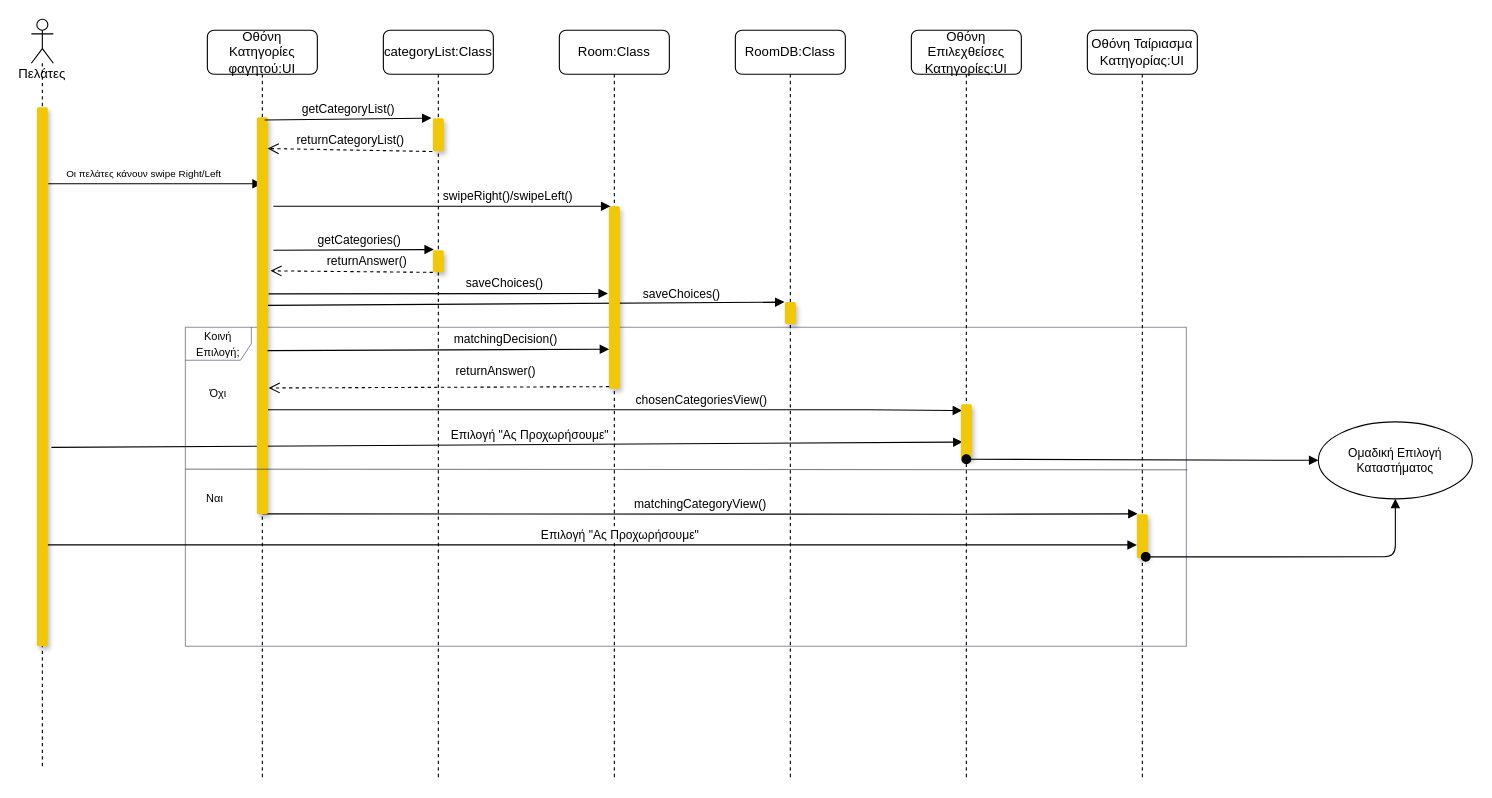
iloudaros/nomnomr keeps this draw.io diagram as docs/contributions/JoannaAgo/Phase_5/Team Choice - Category/Team_Choice_Category_Sequence.drawio. Above is the earlier version. Source tidied: cells renumbered, new cells numbered last; positions are measured from the earlier drawing's top-left corner, leaving out a move shared by most shapes. Both pictures are drawn from the tidied source at 110%, with x=0, y=0 at pixel (31, 19).
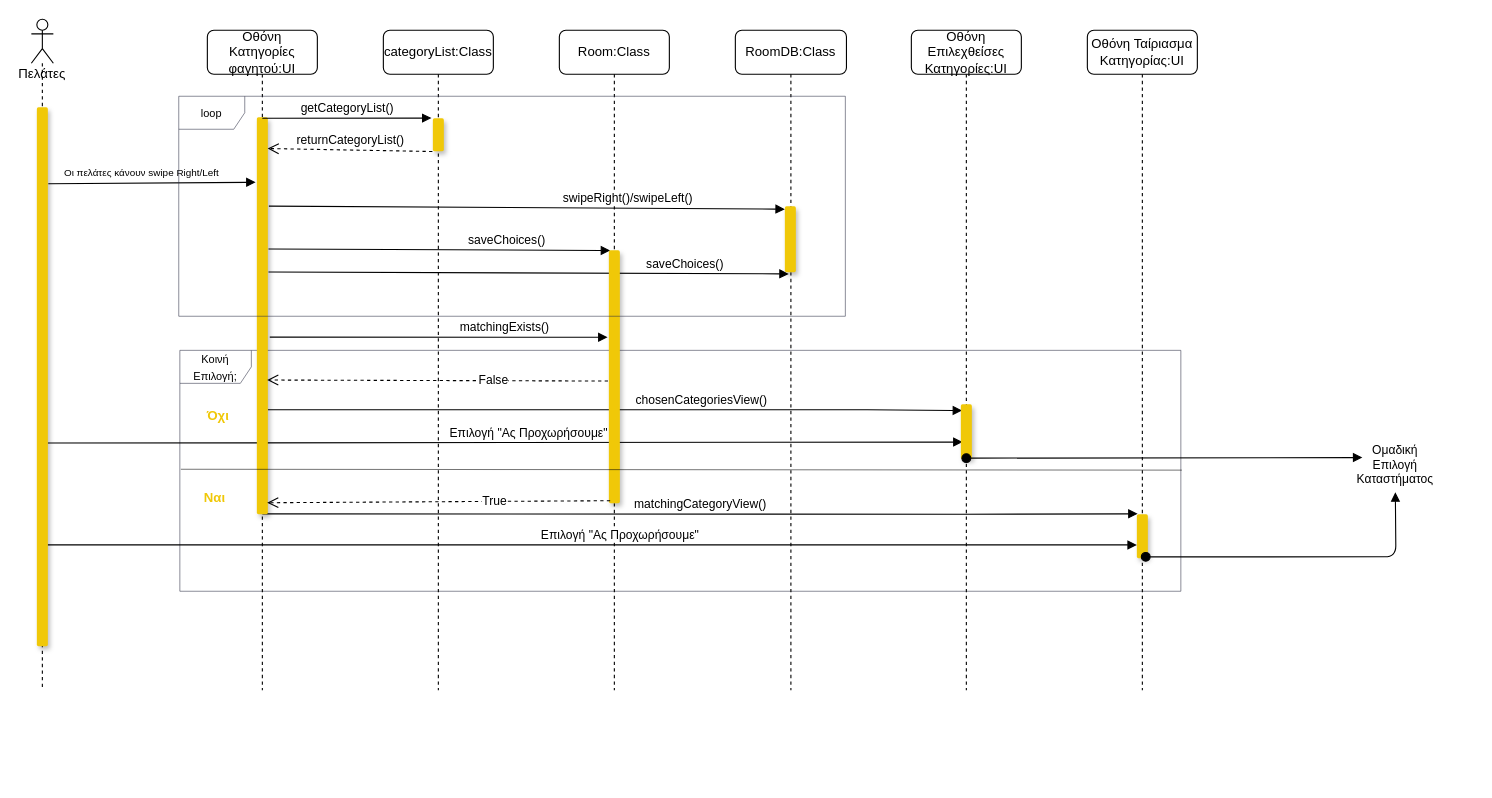
Above is the later version.

Commit message (it also covers changes not shown here):
updated sequence and robustness

Unchanged cells that the change refers to:
```xml
<mxCell id="10" style="html=1;points=[];perimeter=orthogonalPerimeter;rounded=1;shadow=1;fillColor=#F0C808;strokeColor=none;" parent="9" vertex="1">
  <mxGeometry x="45" y="79" width="10" height="361" as="geometry" />
</mxCell>
<mxCell id="12" style="html=1;points=[];perimeter=orthogonalPerimeter;rounded=1;shadow=1;fillColor=#F0C808;strokeColor=none;" parent="11" vertex="1">
  <mxGeometry x="45" y="80" width="10" height="30" as="geometry" />
</mxCell>
<mxCell id="17" style="html=1;points=[];perimeter=orthogonalPerimeter;rounded=1;shadow=1;fillColor=#F0C808;strokeColor=none;" parent="16" vertex="1">
  <mxGeometry x="45" y="340" width="10" height="50" as="geometry" />
</mxCell>
<mxCell id="21" style="html=1;points=[];perimeter=orthogonalPerimeter;strokeColor=none;fillColor=#F0C808;shadow=1;rounded=1;" parent="20" vertex="1">
  <mxGeometry x="5" y="80" width="10" height="490" as="geometry" />
</mxCell>
<mxCell id="23" style="html=1;points=[];perimeter=orthogonalPerimeter;rounded=1;shadow=1;fillColor=#F0C808;strokeColor=none;" parent="22" vertex="1">
  <mxGeometry x="45" y="440" width="10" height="40" as="geometry" />
</mxCell>
```

What changed in the source:
```diff
@@
-    <mxCell id="2" value="&lt;font style=&quot;font-size: 10px;&quot;&gt;Κοινή Επιλογή;&lt;/font&gt;" style="shape=umlFrame;whiteSpace=wrap;html=1;rounded=1;shadow=0;sketch=0;fillColor=#FFFFFF;strokeWidth=0.5;strokeColor=#2B2D42;" parent="1" vertex="1">
-      <mxGeometry x="140" y="280" width="910" height="290" as="geometry" />
+    <mxCell id="2" value="&lt;font style=&quot;font-size: 10px;&quot;&gt;Κοινή Επιλογή;&lt;/font&gt;" style="shape=umlFrame;whiteSpace=wrap;html=1;rounded=1;shadow=0;sketch=0;fillColor=#FFFFFF;strokeWidth=0.5;strokeColor=#2B2D42;width=65;height=30;" parent="1" vertex="1">
+      <mxGeometry x="135" y="301" width="910" height="219" as="geometry" />
     </mxCell>
@@
-    <mxCell id="4" value="&lt;font style=&quot;font-size: 11px;&quot;&gt;&amp;nbsp;Επιλογή &quot;Ας Προχωρήσουμε&quot;&amp;nbsp;&lt;/font&gt;" style="html=1;verticalAlign=bottom;endArrow=block;rounded=0;entryX=0.157;entryY=0.688;entryDx=0;entryDy=0;entryPerimeter=0;exitX=1.325;exitY=0.631;exitDx=0;exitDy=0;exitPerimeter=0;" parent="1" edge="1" source="21" target="17">
+    <mxCell id="4" value="&lt;font style=&quot;font-size: 11px;&quot;&gt;&amp;nbsp;Επιλογή &quot;Ας Προχωρήσουμε&quot;&amp;nbsp;&lt;/font&gt;" style="html=1;verticalAlign=bottom;endArrow=block;rounded=0;entryX=0.157;entryY=0.688;entryDx=0;entryDy=0;entryPerimeter=0;exitX=0.98;exitY=0.623;exitDx=0;exitDy=0;exitPerimeter=0;" parent="1" edge="1" source="21" target="17">
       <mxGeometry x="0.05" relative="1" as="geometry" />
     </mxCell>
@@
-    <mxCell id="6" value="saveChoices()" style="html=1;verticalAlign=bottom;endArrow=block;rounded=0;entryX=-0.029;entryY=0.007;entryDx=0;entryDy=0;entryPerimeter=0;exitX=0.983;exitY=0.474;exitDx=0;exitDy=0;exitPerimeter=0;" parent="1" edge="1" source="10" target="32">
+    <mxCell id="6" value="saveChoices()" style="html=1;verticalAlign=bottom;endArrow=block;rounded=0;exitX=1.059;exitY=0.39;exitDx=0;exitDy=0;exitPerimeter=0;entryX=0.353;entryY=1.025;entryDx=0;entryDy=0;entryPerimeter=0;" parent="1" edge="1" source="10" target="32">
       <mxGeometry x="0.6" y="-1" relative="1" as="geometry" />
     </mxCell>
-    <mxCell id="7" value="saveChoices()" style="html=1;verticalAlign=bottom;endArrow=block;rounded=0;entryX=-0.086;entryY=0.478;entryDx=0;entryDy=0;entryPerimeter=0;exitX=1.07;exitY=0.445;exitDx=0;exitDy=0;exitPerimeter=0;" parent="1" edge="1" source="10" target="15">
+    <mxCell id="7" value="saveChoices()" style="html=1;verticalAlign=bottom;endArrow=block;rounded=0;entryX=0.118;entryY=0.001;entryDx=0;entryDy=0;entryPerimeter=0;exitX=1.059;exitY=0.332;exitDx=0;exitDy=0;exitPerimeter=0;" parent="1" edge="1" source="10" target="15">
       <mxGeometry x="0.39" relative="1" as="geometry" />
     </mxCell>
-    <mxCell id="8" value="&lt;font style=&quot;font-size: 9px;&quot;&gt;Οι πελάτες κάνουν swipe Right/Left&lt;/font&gt;" style="html=1;verticalAlign=bottom;endArrow=block;rounded=0;exitX=1.04;exitY=0.142;exitDx=0;exitDy=0;exitPerimeter=0;" parent="1" edge="1" source="21" target="9">
+    <mxCell id="8" value="&lt;font style=&quot;font-size: 9px;&quot;&gt;Οι πελάτες κάνουν swipe Right/Left&lt;/font&gt;" style="html=1;verticalAlign=bottom;endArrow=block;rounded=0;exitX=1.04;exitY=0.142;exitDx=0;exitDy=0;exitPerimeter=0;entryX=-0.114;entryY=0.164;entryDx=0;entryDy=0;entryPerimeter=0;" parent="1" edge="1" source="21" target="10">
       <mxGeometry x="-0.1" y="1" relative="1" as="geometry" />
     </mxCell>
     <mxCell id="9" value="Οθόνη Κατηγορίες φαγητού:UI" style="shape=umlLifeline;perimeter=lifelinePerimeter;whiteSpace=wrap;html=1;outlineConnect=0;rounded=1;shadow=0;fillColor=#FFFFFF;" parent="1" vertex="1">
-      <mxGeometry x="160" y="10" width="100" height="680" as="geometry" />
+      <mxGeometry x="160" y="10" width="100" height="600" as="geometry" />
     </mxCell>
@@
     <mxCell id="11" value="categoryList:Class" style="shape=umlLifeline;perimeter=lifelinePerimeter;whiteSpace=wrap;html=1;rounded=1;shadow=0;fillColor=#FFFFFF;" parent="1" vertex="1">
-      <mxGeometry x="320" y="10" width="100" height="680" as="geometry" />
+      <mxGeometry x="320" y="10" width="100" height="600" as="geometry" />
     </mxCell>
@@
-    <mxCell id="13" style="html=1;points=[];perimeter=orthogonalPerimeter;rounded=1;shadow=1;fillColor=#F0C808;strokeColor=none;" parent="11" vertex="1">
-      <mxGeometry x="45" y="200" width="10" height="20" as="geometry" />
-    </mxCell>
     <mxCell id="14" value="Room:Class" style="shape=umlLifeline;perimeter=lifelinePerimeter;whiteSpace=wrap;html=1;rounded=1;shadow=0;fillColor=#FFFFFF;" parent="1" vertex="1">
-      <mxGeometry x="480" y="10" width="100" height="680" as="geometry" />
+      <mxGeometry x="480" y="10" width="100" height="600" as="geometry" />
     </mxCell>
     <mxCell id="15" style="html=1;points=[];perimeter=orthogonalPerimeter;rounded=1;shadow=1;fillColor=#F0C808;strokeColor=none;" parent="14" vertex="1">
-      <mxGeometry x="45" y="160" width="10" height="166" as="geometry" />
+      <mxGeometry x="45" y="200" width="10" height="230" as="geometry" />
     </mxCell>
     <mxCell id="16" value="Οθόνη Επιλεχθείσες Κατηγορίες:UI" style="shape=umlLifeline;perimeter=lifelinePerimeter;whiteSpace=wrap;html=1;rounded=1;shadow=0;fillColor=#FFFFFF;" parent="1" vertex="1">
-      <mxGeometry x="800" y="10" width="100" height="680" as="geometry" />
+      <mxGeometry x="800" y="10" width="100" height="600" as="geometry" />
     </mxCell>
@@
-    <mxCell id="18" value="getCategoryList()" style="html=1;verticalAlign=bottom;endArrow=block;rounded=0;entryX=-0.125;entryY=-0.004;entryDx=0;entryDy=0;entryPerimeter=0;exitX=0.708;exitY=0.007;exitDx=0;exitDy=0;exitPerimeter=0;" parent="1" edge="1" source="10" target="12">
-      <mxGeometry relative="1" as="geometry" />
+    <mxCell id="18" value="getCategoryList()" style="html=1;verticalAlign=bottom;endArrow=block;rounded=0;entryX=-0.125;entryY=-0.004;entryDx=0;entryDy=0;entryPerimeter=0;" parent="1" edge="1" target="12">
+      <mxGeometry relative="1" as="geometry">
+        <mxPoint x="210" y="90" as="sourcePoint" />
+      </mxGeometry>
     </mxCell>
@@
     <mxCell id="20" value="Πελάτες" style="shape=umlLifeline;participant=umlActor;perimeter=lifelinePerimeter;whiteSpace=wrap;html=1;verticalAlign=top;spacingTop=36;" parent="1" vertex="1">
-      <mxGeometry width="20" height="680" as="geometry" />
+      <mxGeometry width="20" height="610" as="geometry" />
     </mxCell>
@@
     <mxCell id="22" value="Οθόνη Ταίριασμα Κατηγορίας:UI" style="shape=umlLifeline;perimeter=lifelinePerimeter;whiteSpace=wrap;html=1;rounded=1;shadow=0;fillColor=#FFFFFF;" parent="1" vertex="1">
-      <mxGeometry x="960" y="10" width="100" height="680" as="geometry" />
+      <mxGeometry x="960" y="10" width="100" height="600" as="geometry" />
     </mxCell>
@@
-    <mxCell id="24" value="Ομαδική Επιλογή Καταστήματος" style="ellipse;whiteSpace=wrap;html=1;fontSize=11;" parent="1" vertex="1">
-      <mxGeometry x="1170" y="366" width="140" height="70" as="geometry" />
-    </mxCell>
-    <mxCell id="25" style="html=1;verticalAlign=bottom;startArrow=oval;startFill=1;endArrow=block;startSize=8;rounded=0;entryX=0;entryY=0.5;entryDx=0;entryDy=0;" parent="1" edge="1" target="24">
+    <mxCell id="25" style="html=1;verticalAlign=bottom;startArrow=oval;startFill=1;endArrow=block;startSize=8;rounded=0;entryX=0;entryY=0.25;entryDx=0;entryDy=0;" parent="1" edge="1">
       <mxGeometry relative="1" as="geometry">
-        <mxPoint x="850" y="400" as="sourcePoint" />
+        <mxPoint x="850" y="399" as="sourcePoint" />
+        <mxPoint x="1210" y="398.5" as="targetPoint" />
       </mxGeometry>
     </mxCell>
-    <mxCell id="26" style="html=1;verticalAlign=bottom;endArrow=block;rounded=0;entryX=0.094;entryY=-0.031;entryDx=0;entryDy=0;entryPerimeter=0;" parent="1" edge="1" target="13">
-      <mxGeometry relative="1" as="geometry">
-        <mxPoint x="220" y="210" as="sourcePoint" />
-      </mxGeometry>
-    </mxCell>
-    <mxCell id="27" value="getCategories()" style="edgeLabel;html=1;align=center;verticalAlign=middle;fontSize=11;" parent="26" vertex="1">
-      <mxGeometry x="0.07" y="1" relative="1" as="geometry">
-        <mxPoint y="-8" as="offset" />
-      </mxGeometry>
-    </mxCell>
-    <mxCell id="28" style="html=1;verticalAlign=bottom;endArrow=open;dashed=1;endSize=8;rounded=0;entryX=1.243;entryY=0.387;entryDx=0;entryDy=0;entryPerimeter=0;exitX=0;exitY=1.005;exitDx=0;exitDy=0;exitPerimeter=0;" parent="1" edge="1" source="13" target="10">
-      <mxGeometry relative="1" as="geometry" />
-    </mxCell>
-    <mxCell id="29" value="returnAnswer()" style="edgeLabel;html=1;align=center;verticalAlign=middle;fontSize=11;" parent="28" vertex="1">
-      <mxGeometry x="-0.18" y="-1" relative="1" as="geometry">
-        <mxPoint y="-9" as="offset" />
-      </mxGeometry>
-    </mxCell>
-    <mxCell id="30" value="&lt;font style=&quot;font-size: 11px;&quot;&gt;swipeRight()/swipeLeft()&lt;/font&gt;" style="html=1;verticalAlign=bottom;endArrow=block;rounded=0;entryX=0.143;entryY=0;entryDx=0;entryDy=0;entryPerimeter=0;" parent="1" edge="1" target="15">
-      <mxGeometry x="0.39" relative="1" as="geometry">
-        <mxPoint x="220" y="170" as="sourcePoint" />
-      </mxGeometry>
+    <mxCell id="30" value="&lt;font style=&quot;font-size: 11px;&quot;&gt;swipeRight()/swipeLeft()&lt;/font&gt;" style="html=1;verticalAlign=bottom;endArrow=block;rounded=0;exitX=1.093;exitY=0.224;exitDx=0;exitDy=0;exitPerimeter=0;entryX=0;entryY=0.044;entryDx=0;entryDy=0;entryPerimeter=0;" parent="1" edge="1" source="10" target="32">
+      <mxGeometry x="0.39" relative="1" as="geometry" />
     </mxCell>
     <mxCell id="31" value="RoomDB:Class" style="shape=umlLifeline;perimeter=lifelinePerimeter;whiteSpace=wrap;html=1;rounded=1;shadow=0;fillColor=#FFFFFF;" parent="1" vertex="1">
-      <mxGeometry x="640" y="10" width="100" height="680" as="geometry" />
+      <mxGeometry x="640" y="10" width="101" height="600" as="geometry" />
     </mxCell>
     <mxCell id="32" style="html=1;points=[];perimeter=orthogonalPerimeter;rounded=1;shadow=1;fillColor=#F0C808;strokeColor=none;" parent="31" vertex="1">
-      <mxGeometry x="45" y="247" width="10" height="20" as="geometry" />
+      <mxGeometry x="45" y="160" width="10" height="60" as="geometry" />
     </mxCell>
+    <mxCell id="41" value="loop" style="shape=umlFrame;whiteSpace=wrap;html=1;rounded=0;shadow=0;fontSize=10;strokeColor=#2B2D42;strokeWidth=0.5;fillColor=#FFFFFF;" parent="31" vertex="1">
+      <mxGeometry x="-506" y="60" width="606" height="200" as="geometry" />
+    </mxCell>
-    <mxCell id="33" style="html=1;verticalAlign=bottom;endArrow=open;dashed=1;endSize=8;rounded=0;exitX=0.026;exitY=0.988;exitDx=0;exitDy=0;exitPerimeter=0;entryX=1.075;entryY=0.682;entryDx=0;entryDy=0;entryPerimeter=0;" parent="1" edge="1" source="15" target="10">
+    <mxCell id="33" style="html=1;verticalAlign=bottom;endArrow=open;dashed=1;endSize=8;rounded=0;entryX=0.941;entryY=0.662;entryDx=0;entryDy=0;entryPerimeter=0;exitX=-0.079;exitY=0.517;exitDx=0;exitDy=0;exitPerimeter=0;" parent="1" edge="1" source="15" target="10">
       <mxGeometry relative="1" as="geometry" />
     </mxCell>
-    <mxCell id="34" value="returnAnswer()" style="edgeLabel;html=1;align=center;verticalAlign=middle;fontSize=11;" parent="33" vertex="1">
+    <mxCell id="34" value="False" style="edgeLabel;html=1;align=center;verticalAlign=middle;fontSize=11;" parent="33" vertex="1">
       <mxGeometry x="-0.18" y="-1" relative="1" as="geometry">
-        <mxPoint x="23" y="-14" as="offset" />
+        <mxPoint x="22" as="offset" />
       </mxGeometry>
     </mxCell>
-    <mxCell id="35" value="matchingDecision()" style="html=1;verticalAlign=bottom;endArrow=block;rounded=0;exitX=0.975;exitY=0.588;exitDx=0;exitDy=0;exitPerimeter=0;entryX=0.026;entryY=0.783;entryDx=0;entryDy=0;entryPerimeter=0;" parent="1" edge="1" source="10" target="15">
+    <mxCell id="35" value="matchingExists()" style="html=1;verticalAlign=bottom;endArrow=block;rounded=0;exitX=1.176;exitY=0.554;exitDx=0;exitDy=0;exitPerimeter=0;entryX=-0.118;entryY=0.344;entryDx=0;entryDy=0;entryPerimeter=0;" parent="1" edge="1" source="10" target="15">
       <mxGeometry x="0.39" relative="1" as="geometry" />
     </mxCell>
-    <mxCell id="36" style="endArrow=none;html=1;rounded=0;fontSize=10;strokeWidth=0.5;entryX=1.001;entryY=0.447;entryDx=0;entryDy=0;entryPerimeter=0;" parent="1" edge="1" target="2">
+    <mxCell id="36" style="endArrow=none;html=1;rounded=0;fontSize=10;strokeWidth=0.5;entryX=1.001;entryY=0.447;entryDx=0;entryDy=0;entryPerimeter=0;exitX=0.001;exitY=0.444;exitDx=0;exitDy=0;exitPerimeter=0;" parent="1" edge="1">
       <mxGeometry relative="1" as="geometry">
-        <mxPoint x="140" y="409" as="sourcePoint" />
+        <mxPoint x="135.9" y="409.1" as="sourcePoint" />
+        <mxPoint x="1045.9" y="409.9" as="targetPoint" />
       </mxGeometry>
     </mxCell>
@@
-    <mxCell id="38" style="html=1;verticalAlign=bottom;startArrow=oval;startFill=1;endArrow=block;startSize=8;rounded=1;entryX=0.5;entryY=1;entryDx=0;entryDy=0;exitX=0.809;exitY=0.968;exitDx=0;exitDy=0;exitPerimeter=0;edgeStyle=orthogonalEdgeStyle;" parent="1" edge="1" source="23" target="24">
-      <mxGeometry relative="1" as="geometry" />
+    <mxCell id="38" style="html=1;verticalAlign=bottom;startArrow=oval;startFill=1;endArrow=block;startSize=8;rounded=1;exitX=0.809;exitY=0.968;exitDx=0;exitDy=0;exitPerimeter=0;edgeStyle=orthogonalEdgeStyle;" parent="1" edge="1" source="23">
+      <mxGeometry relative="1" as="geometry">
+        <mxPoint x="1240" y="430" as="targetPoint" />
+      </mxGeometry>
     </mxCell>
-    <mxCell id="39" value="Όχι" style="text;html=1;strokeColor=none;fillColor=none;align=center;verticalAlign=middle;whiteSpace=wrap;rounded=0;shadow=0;fontSize=10;" parent="1" vertex="1">
-      <mxGeometry x="140" y="325" width="60" height="30" as="geometry" />
+    <mxCell id="39" value="&lt;b&gt;&lt;font style=&quot;font-size: 12px;&quot; color=&quot;#f0c808&quot;&gt;Όχι&lt;/font&gt;&lt;/b&gt;" style="text;html=1;strokeColor=none;fillColor=none;align=center;verticalAlign=middle;whiteSpace=wrap;rounded=0;shadow=0;fontSize=10;" parent="1" vertex="1">
+      <mxGeometry x="140" y="346" width="60" height="30" as="geometry" />
     </mxCell>
-    <mxCell id="40" value="Ναι" style="text;html=1;strokeColor=none;fillColor=none;align=center;verticalAlign=middle;whiteSpace=wrap;rounded=0;shadow=0;fontSize=10;" parent="1" vertex="1">
+    <mxCell id="40" value="&lt;b&gt;&lt;font style=&quot;font-size: 12px;&quot; color=&quot;#f0c808&quot;&gt;Ναι&lt;/font&gt;&lt;/b&gt;" style="text;html=1;strokeColor=none;fillColor=none;align=center;verticalAlign=middle;whiteSpace=wrap;rounded=0;shadow=0;fontSize=10;" parent="1" vertex="1">
       <mxGeometry x="137" y="420" width="60" height="30" as="geometry" />
     </mxCell>
+    <mxCell id="24" value="&lt;span style=&quot;font-size: 11px;&quot;&gt;Ομαδική Επιλογή Καταστήματος&lt;/span&gt;" style="text;html=1;strokeColor=none;fillColor=none;align=center;verticalAlign=middle;whiteSpace=wrap;rounded=0;shadow=0;fontSize=10;" parent="1" vertex="1">
+      <mxGeometry x="1210" y="390" width="60" height="30" as="geometry" />
+    </mxCell>
+    <mxCell id="42" style="html=1;verticalAlign=bottom;endArrow=open;dashed=1;endSize=8;rounded=0;entryX=0.941;entryY=0.971;entryDx=0;entryDy=0;entryPerimeter=0;exitX=0.118;exitY=0.99;exitDx=0;exitDy=0;exitPerimeter=0;" parent="1" edge="1" source="15" target="10">
+      <mxGeometry relative="1" as="geometry" />
+    </mxCell>
+    <mxCell id="43" value="True" style="edgeLabel;html=1;align=center;verticalAlign=middle;fontSize=11;" parent="42" vertex="1">
+      <mxGeometry x="-0.18" y="-1" relative="1" as="geometry">
+        <mxPoint x="22" as="offset" />
+      </mxGeometry>
+    </mxCell>
```
